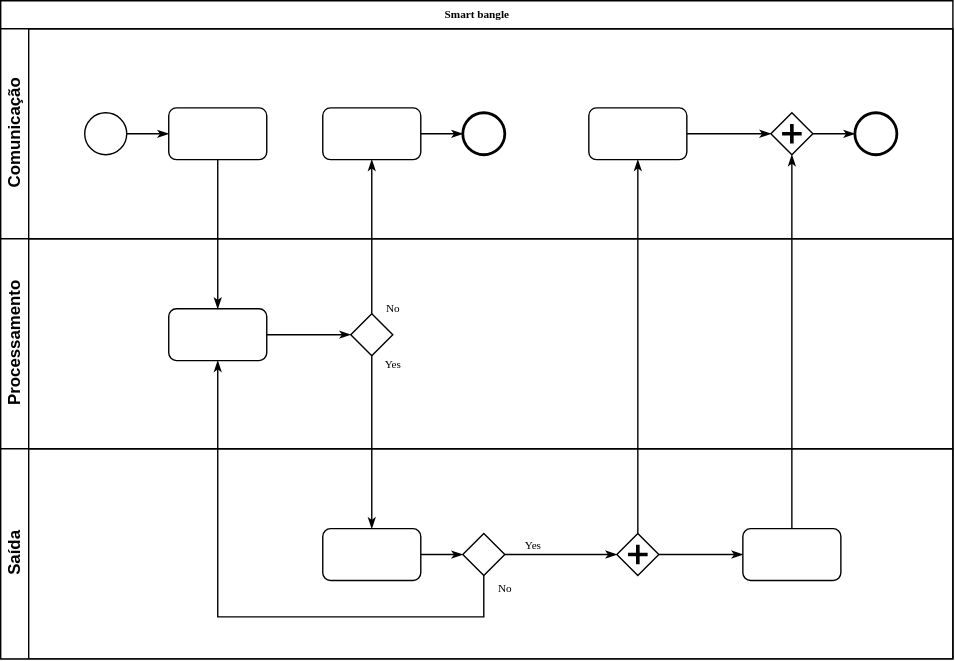
This is 2022.2/smart_bangle/smart-bangle_ea075.drawio.svg from vm-bertini/ea075-2023.1, a draw.io export, as it was before one commit. Source tidied: cells renumbered, new cells last; positions are measured from the earlier drawing's top-left corner, leaving out a move shared by most shapes.
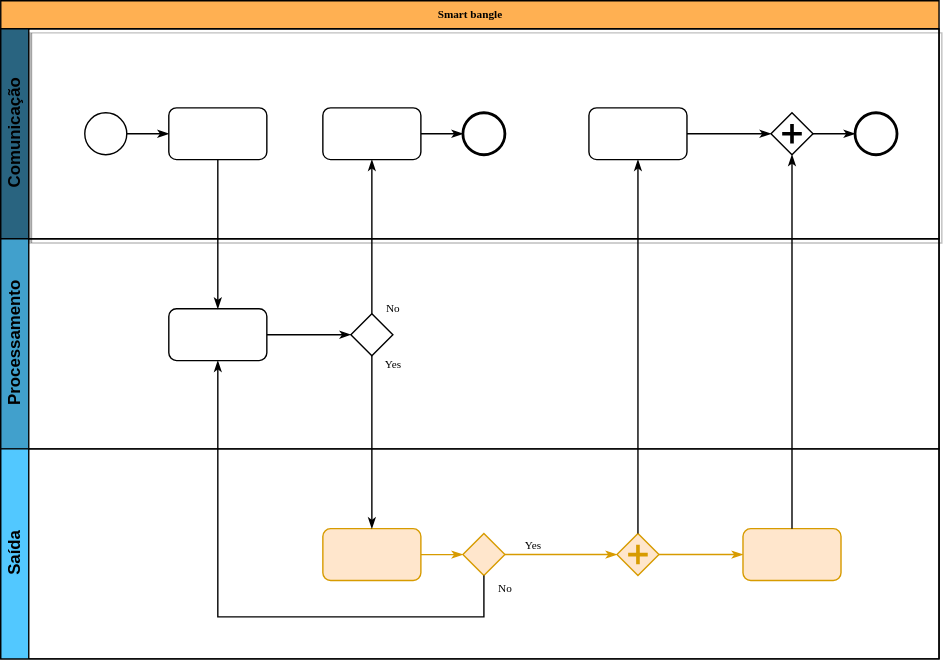
The same diagram one commit later.

Commit message:
editando cores

What changed in the source:
```diff
@@ -2,11 +2,11 @@
   <root>
     <mxCell id="0" />
     <mxCell id="1" parent="0" />
-    <mxCell id="2" value="Smart bangle" style="swimlane;html=1;horizontal=1;startSize=20;rounded=0;shadow=0;labelBackgroundColor=none;strokeWidth=1;fontFamily=Verdana;fontSize=8;align=center;" parent="1" vertex="1">
-      <mxGeometry width="680" height="470" as="geometry" />
+    <mxCell id="2" value="Smart bangle" style="swimlane;html=1;horizontal=1;startSize=20;rounded=0;shadow=0;labelBackgroundColor=none;strokeWidth=1;fontFamily=Verdana;fontSize=8;align=center;fillColor=#FFB052;" parent="1" vertex="1">
+      <mxGeometry width="670" height="470" as="geometry" />
     </mxCell>
-    <mxCell id="3" value="Comunicação" style="swimlane;html=1;startSize=20;horizontal=0;" parent="2" vertex="1">
-      <mxGeometry y="20" width="680" height="150" as="geometry" />
+    <mxCell id="3" value="Comunicação" style="swimlane;html=1;startSize=20;horizontal=0;fillColor=#296480;shadow=1;" parent="2" vertex="1">
+      <mxGeometry y="20" width="670" height="150" as="geometry" />
     </mxCell>
     <mxCell id="4" style="edgeStyle=orthogonalEdgeStyle;rounded=0;html=1;labelBackgroundColor=none;startArrow=none;startFill=0;startSize=5;endArrow=classicThin;endFill=1;endSize=5;jettySize=auto;strokeWidth=1;fontFamily=Verdana;fontSize=8;" parent="3" edge="1" source="5" target="6">
       <mxGeometry relative="1" as="geometry" />
@@ -41,8 +41,8 @@
     <mxCell id="14" style="ellipse;whiteSpace=wrap;html=1;rounded=0;shadow=0;labelBackgroundColor=none;strokeWidth=2;fontFamily=Verdana;fontSize=8;align=center;" parent="3" vertex="1">
       <mxGeometry x="610" y="60" width="30" height="30" as="geometry" />
     </mxCell>
-    <mxCell id="15" value="Processamento" style="swimlane;html=1;startSize=20;horizontal=0;" parent="2" vertex="1">
-      <mxGeometry y="170" width="680" height="150" as="geometry" />
+    <mxCell id="15" value="Processamento" style="swimlane;html=1;startSize=20;horizontal=0;fillColor=#41A0CC;" parent="2" vertex="1">
+      <mxGeometry y="170" width="670" height="150" as="geometry" />
     </mxCell>
     <mxCell id="16" style="edgeStyle=orthogonalEdgeStyle;rounded=0;html=1;labelBackgroundColor=none;startArrow=none;startFill=0;startSize=5;endArrow=classicThin;endFill=1;endSize=5;jettySize=auto;strokeWidth=1;fontFamily=Verdana;fontSize=8;" parent="15" edge="1" source="17" target="18">
       <mxGeometry relative="1" as="geometry" />
@@ -53,28 +53,28 @@
     <mxCell id="18" style="strokeWidth=1;html=1;shape=mxgraph.flowchart.decision;whiteSpace=wrap;rounded=1;shadow=0;labelBackgroundColor=none;fontFamily=Verdana;fontSize=8;align=center;" parent="15" vertex="1">
       <mxGeometry x="250" y="53.5" width="30" height="30" as="geometry" />
     </mxCell>
-    <mxCell id="19" value="Saída" style="swimlane;html=1;startSize=20;horizontal=0;" parent="2" vertex="1">
-      <mxGeometry y="320" width="680" height="150" as="geometry" />
+    <mxCell id="19" value="Saída" style="swimlane;html=1;startSize=20;horizontal=0;fillColor=#52C8FF;gradientColor=none;swimlaneFillColor=none;swimlaneLine=1;rounded=0;shadow=0;sketch=0;glass=0;labelBackgroundColor=none;labelBorderColor=none;fontColor=default;" parent="2" vertex="1">
+      <mxGeometry y="320" width="670" height="150" as="geometry" />
     </mxCell>
-    <mxCell id="20" style="edgeStyle=orthogonalEdgeStyle;rounded=0;html=1;labelBackgroundColor=none;startArrow=none;startFill=0;startSize=5;endArrow=classicThin;endFill=1;endSize=5;jettySize=auto;strokeWidth=1;fontFamily=Verdana;fontSize=8;" parent="19" edge="1" source="21" target="23">
+    <mxCell id="20" style="edgeStyle=orthogonalEdgeStyle;rounded=0;html=1;labelBackgroundColor=none;startArrow=none;startFill=0;startSize=5;endArrow=classicThin;endFill=1;endSize=5;jettySize=auto;strokeWidth=1;fontFamily=Verdana;fontSize=8;fillColor=#ffe6cc;strokeColor=#d79b00;" parent="19" edge="1" source="21" target="23">
       <mxGeometry relative="1" as="geometry" />
     </mxCell>
-    <mxCell id="21" style="rounded=1;whiteSpace=wrap;html=1;shadow=0;labelBackgroundColor=none;strokeWidth=1;fontFamily=Verdana;fontSize=8;align=center;" parent="19" vertex="1">
+    <mxCell id="21" style="rounded=1;whiteSpace=wrap;html=1;shadow=0;labelBackgroundColor=none;strokeWidth=1;fontFamily=Verdana;fontSize=8;align=center;fillColor=#ffe6cc;strokeColor=#d79b00;" parent="19" vertex="1">
       <mxGeometry x="230" y="57" width="70" height="37" as="geometry" />
     </mxCell>
-    <mxCell id="22" value="Yes" style="edgeStyle=orthogonalEdgeStyle;rounded=0;html=1;entryX=0;entryY=0.5;labelBackgroundColor=none;startArrow=none;startFill=0;startSize=5;endArrow=classicThin;endFill=1;endSize=5;jettySize=auto;strokeWidth=1;fontFamily=Verdana;fontSize=8;" parent="19" edge="1" source="23" target="25">
+    <mxCell id="22" value="Yes" style="edgeStyle=orthogonalEdgeStyle;rounded=0;html=1;entryX=0;entryY=0.5;labelBackgroundColor=none;startArrow=none;startFill=0;startSize=5;endArrow=classicThin;endFill=1;endSize=5;jettySize=auto;strokeWidth=1;fontFamily=Verdana;fontSize=8;fillColor=#ffe6cc;strokeColor=#d79b00;" parent="19" edge="1" source="23" target="25">
       <mxGeometry x="-0.5" y="6" relative="1" as="geometry" />
     </mxCell>
-    <mxCell id="23" style="strokeWidth=1;html=1;shape=mxgraph.flowchart.decision;whiteSpace=wrap;rounded=1;shadow=0;labelBackgroundColor=none;fontFamily=Verdana;fontSize=8;align=center;" parent="19" vertex="1">
+    <mxCell id="23" style="strokeWidth=1;html=1;shape=mxgraph.flowchart.decision;whiteSpace=wrap;rounded=1;shadow=0;labelBackgroundColor=none;fontFamily=Verdana;fontSize=8;align=center;fillColor=#ffe6cc;strokeColor=#d79b00;" parent="19" vertex="1">
       <mxGeometry x="330" y="60.5" width="30" height="30" as="geometry" />
     </mxCell>
-    <mxCell id="24" style="edgeStyle=orthogonalEdgeStyle;rounded=0;html=1;labelBackgroundColor=none;startArrow=none;startFill=0;startSize=5;endArrow=classicThin;endFill=1;endSize=5;jettySize=auto;strokeColor=#000000;strokeWidth=1;fontFamily=Verdana;fontSize=8;fontColor=#000000;" parent="19" edge="1" source="25" target="26">
+    <mxCell id="24" style="edgeStyle=orthogonalEdgeStyle;rounded=0;html=1;labelBackgroundColor=none;startArrow=none;startFill=0;startSize=5;endArrow=classicThin;endFill=1;endSize=5;jettySize=auto;strokeColor=#d79b00;strokeWidth=1;fontFamily=Verdana;fontSize=8;fontColor=#000000;fillColor=#ffe6cc;" parent="19" edge="1" source="25" target="26">
       <mxGeometry relative="1" as="geometry" />
     </mxCell>
-    <mxCell id="25" style="shape=mxgraph.bpmn.shape;html=1;verticalLabelPosition=bottom;labelBackgroundColor=#ffffff;verticalAlign=top;perimeter=rhombusPerimeter;background=gateway;outline=none;symbol=parallelGw;rounded=1;shadow=0;strokeWidth=1;fontFamily=Verdana;fontSize=8;align=center;" parent="19" vertex="1">
+    <mxCell id="25" style="shape=mxgraph.bpmn.shape;html=1;verticalLabelPosition=bottom;labelBackgroundColor=#ffffff;verticalAlign=top;perimeter=rhombusPerimeter;background=gateway;outline=none;symbol=parallelGw;rounded=1;shadow=0;strokeWidth=1;fontFamily=Verdana;fontSize=8;align=center;fillColor=#ffe6cc;strokeColor=#d79b00;" parent="19" vertex="1">
       <mxGeometry x="440" y="60.5" width="30" height="30" as="geometry" />
     </mxCell>
-    <mxCell id="26" style="rounded=1;whiteSpace=wrap;html=1;shadow=0;labelBackgroundColor=none;strokeWidth=1;fontFamily=Verdana;fontSize=8;align=center;" parent="19" vertex="1">
+    <mxCell id="26" style="rounded=1;whiteSpace=wrap;html=1;shadow=0;labelBackgroundColor=none;strokeWidth=1;fontFamily=Verdana;fontSize=8;align=center;fillColor=#ffe6cc;strokeColor=#d79b00;" parent="19" vertex="1">
       <mxGeometry x="530" y="57" width="70" height="37" as="geometry" />
     </mxCell>
     <mxCell id="27" style="edgeStyle=orthogonalEdgeStyle;rounded=0;html=1;labelBackgroundColor=none;startArrow=none;startFill=0;startSize=5;endArrow=classicThin;endFill=1;endSize=5;jettySize=auto;strokeWidth=1;fontFamily=Verdana;fontSize=8;" parent="2" edge="1" source="6" target="17">
```
